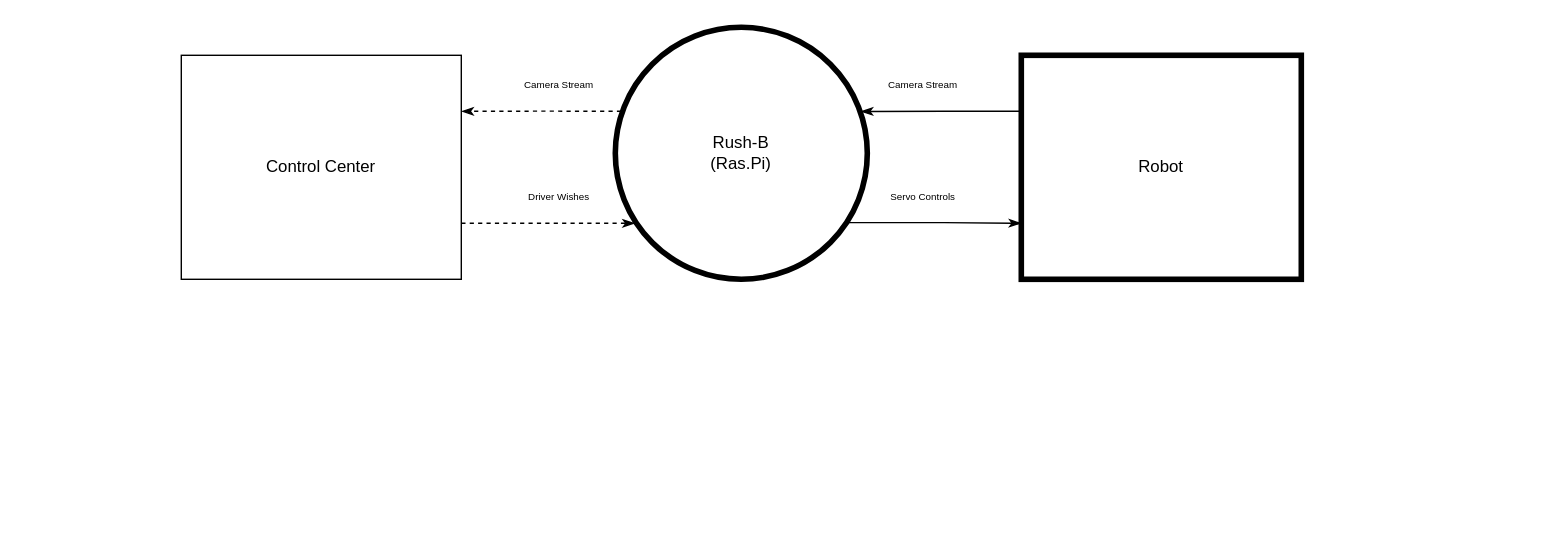
This is page "Context" (1 of 5) of docs/diagrams/Design.drawio from GjergjiSh/Rush-B, a draw.io file, before an edit. Source tidied: cells renumbered, new cells numbered last; positions are measured from the earlier drawing's top-left corner, leaving out a move shared by most shapes. Both pictures are drawn from the tidied source at 140%, with x=0, y=0 at pixel (181, 27).
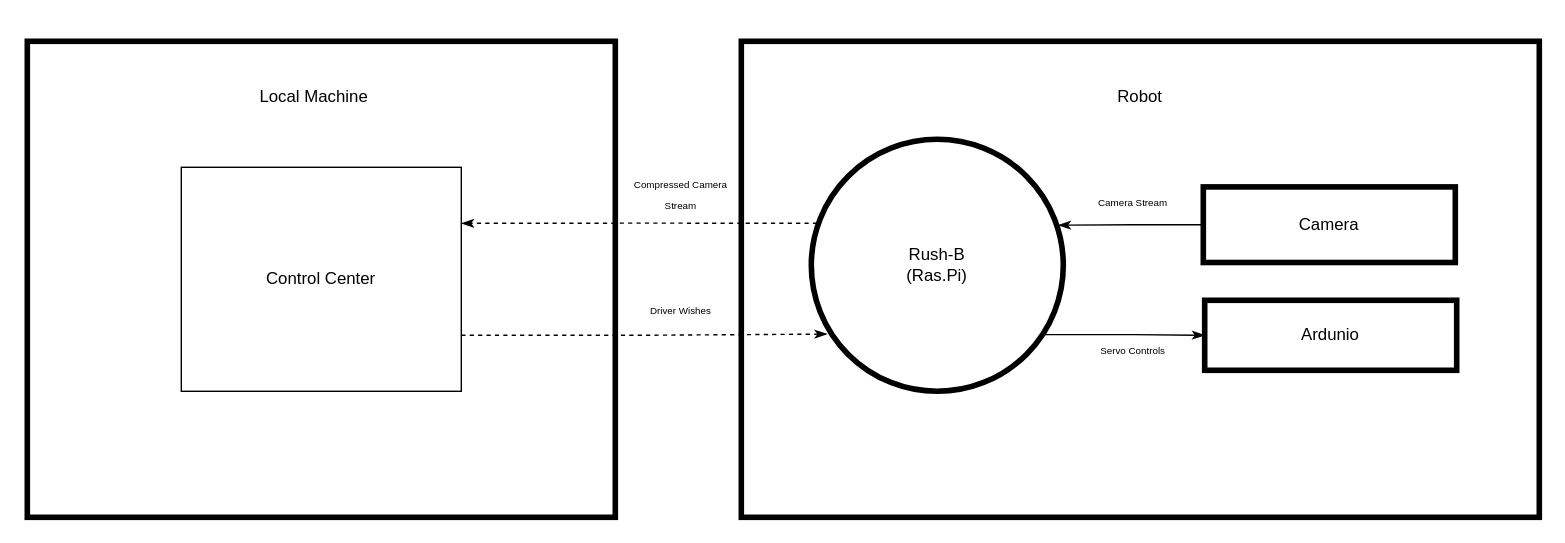
After the change.

Commit message:
Updated context diagram

Diff of the diagram source:
```diff
@@
 <mxGraphModel>
   <root>
     <mxCell id="0" />
     <mxCell id="1" parent="0" />
+    <mxCell id="13" style="rounded=0;whiteSpace=wrap;html=1;strokeWidth=4;" parent="1" vertex="1">
+      <mxGeometry x="400" y="10" width="570" height="340" as="geometry" />
+    </mxCell>
+    <mxCell id="14" style="rounded=0;whiteSpace=wrap;html=1;strokeWidth=4;" parent="1" vertex="1">
+      <mxGeometry x="-110" y="10" width="420" height="340" as="geometry" />
+    </mxCell>
     <mxCell id="2" value="Rush-B&lt;br&gt;(Ras.Pi)" style="ellipse;whiteSpace=wrap;html=1;strokeWidth=4;" parent="1" vertex="1">
-      <mxGeometry x="310" width="180" height="180" as="geometry" />
+      <mxGeometry x="450" y="80" width="180" height="180" as="geometry" />
     </mxCell>
     <mxCell id="3" style="edgeStyle=orthogonalEdgeStyle;rounded=0;jettySize=auto;html=1;exitX=0.023;exitY=0.333;exitDx=0;exitDy=0;entryX=1;entryY=0.25;entryDx=0;entryDy=0;endArrow=classicThin;endFill=1;exitPerimeter=0;dashed=1;" parent="1" edge="1" source="2" target="5">
       <mxGeometry relative="1" as="geometry" />
     </mxCell>
-    <mxCell id="4" style="edgeStyle=orthogonalEdgeStyle;rounded=0;jettySize=auto;html=1;exitX=1;exitY=0.75;exitDx=0;exitDy=0;endArrow=classicThin;endFill=1;dashed=1;" parent="1" edge="1" source="5">
-      <mxGeometry relative="1" as="geometry">
-        <mxPoint x="324" y="140" as="targetPoint" />
-      </mxGeometry>
+    <mxCell id="4" style="edgeStyle=orthogonalEdgeStyle;rounded=0;jettySize=auto;html=1;exitX=1;exitY=0.75;exitDx=0;exitDy=0;endArrow=classicThin;endFill=1;dashed=1;entryX=0.063;entryY=0.773;entryDx=0;entryDy=0;entryPerimeter=0;" parent="1" edge="1" source="5" target="2">
+      <mxGeometry relative="1" as="geometry" />
     </mxCell>
     <mxCell id="5" value="Control Center" style="rounded=0;whiteSpace=wrap;html=1;" parent="1" vertex="1">
-      <mxGeometry y="20" width="200" height="160" as="geometry" />
+      <mxGeometry y="100" width="200" height="160" as="geometry" />
     </mxCell>
-    <mxCell id="6" style="edgeStyle=orthogonalEdgeStyle;rounded=0;jettySize=auto;html=1;exitX=0;exitY=0.25;exitDx=0;exitDy=0;entryX=0.974;entryY=0.334;entryDx=0;entryDy=0;entryPerimeter=0;endArrow=classicThin;endFill=1;" parent="1" edge="1" source="8" target="2">
+    <mxCell id="6" style="edgeStyle=orthogonalEdgeStyle;rounded=0;jettySize=auto;html=1;exitX=0;exitY=0.5;exitDx=0;exitDy=0;entryX=0.98;entryY=0.341;entryDx=0;entryDy=0;entryPerimeter=0;endArrow=classicThin;endFill=1;" parent="1" edge="1" source="15" target="2">
       <mxGeometry relative="1" as="geometry" />
     </mxCell>
-    <mxCell id="7" style="edgeStyle=orthogonalEdgeStyle;rounded=0;jettySize=auto;html=1;exitX=0.919;exitY=0.775;exitDx=0;exitDy=0;entryX=0;entryY=0.75;entryDx=0;entryDy=0;endArrow=classicThin;endFill=1;exitPerimeter=0;" parent="1" edge="1" source="2" target="8">
+    <mxCell id="7" style="edgeStyle=orthogonalEdgeStyle;rounded=0;jettySize=auto;html=1;exitX=0.919;exitY=0.775;exitDx=0;exitDy=0;entryX=0;entryY=0.5;entryDx=0;entryDy=0;endArrow=classicThin;endFill=1;exitPerimeter=0;" parent="1" edge="1" source="2" target="16">
       <mxGeometry relative="1" as="geometry" />
     </mxCell>
-    <mxCell id="8" value="Robot" style="rounded=0;whiteSpace=wrap;html=1;strokeWidth=4;" parent="1" vertex="1">
-      <mxGeometry x="600" y="20" width="200" height="160" as="geometry" />
-    </mxCell>
-    <mxCell id="9" value="&lt;font style=&quot;font-size: 7px&quot;&gt;Camera Stream&lt;/font&gt;" style="text;html=1;strokeColor=none;fillColor=none;align=center;verticalAlign=middle;whiteSpace=wrap;rounded=0;" parent="1" vertex="1">
-      <mxGeometry x="230" y="30" width="80" height="20" as="geometry" />
+    <mxCell id="9" value="&lt;font style=&quot;font-size: 7px&quot;&gt;Compressed Camera Stream&lt;/font&gt;" style="text;html=1;strokeColor=none;fillColor=none;align=center;verticalAlign=middle;whiteSpace=wrap;rounded=0;" parent="1" vertex="1">
+      <mxGeometry x="317" y="108" width="80" height="20" as="geometry" />
     </mxCell>
     <mxCell id="10" value="&lt;font style=&quot;font-size: 7px&quot;&gt;Camera Stream&lt;/font&gt;" style="text;html=1;strokeColor=none;fillColor=none;align=center;verticalAlign=middle;whiteSpace=wrap;rounded=0;" parent="1" vertex="1">
-      <mxGeometry x="490" y="30" width="80" height="20" as="geometry" />
+      <mxGeometry x="640" y="114" width="80" height="20" as="geometry" />
     </mxCell>
     <mxCell id="11" value="&lt;font style=&quot;font-size: 7px&quot;&gt;Driver Wishes&lt;/font&gt;" style="text;html=1;strokeColor=none;fillColor=none;align=center;verticalAlign=middle;whiteSpace=wrap;rounded=0;" parent="1" vertex="1">
-      <mxGeometry x="230" y="110" width="80" height="20" as="geometry" />
+      <mxGeometry x="317" y="191" width="80" height="20" as="geometry" />
     </mxCell>
     <mxCell id="12" value="&lt;font style=&quot;font-size: 7px&quot;&gt;Servo Controls&lt;/font&gt;" style="text;html=1;strokeColor=none;fillColor=none;align=center;verticalAlign=middle;whiteSpace=wrap;rounded=0;" parent="1" vertex="1">
-      <mxGeometry x="490" y="110" width="80" height="20" as="geometry" />
+      <mxGeometry x="640" y="220" width="80" height="20" as="geometry" />
     </mxCell>
+    <mxCell id="15" value="Camera" style="rounded=0;whiteSpace=wrap;html=1;strokeWidth=4;" parent="1" vertex="1">
+      <mxGeometry x="730" y="114" width="180" height="54" as="geometry" />
+    </mxCell>
+    <mxCell id="16" value="Ardunio" style="rounded=0;whiteSpace=wrap;html=1;strokeWidth=4;" parent="1" vertex="1">
+      <mxGeometry x="731" y="195" width="180" height="50" as="geometry" />
+    </mxCell>
+    <mxCell id="17" value="Local Machine" style="text;html=1;strokeColor=none;fillColor=none;align=center;verticalAlign=middle;whiteSpace=wrap;rounded=0;" parent="1" vertex="1">
+      <mxGeometry x="50" y="40" width="90" height="20" as="geometry" />
+    </mxCell>
+    <mxCell id="8" value="Robot" style="text;html=1;strokeColor=none;fillColor=none;align=center;verticalAlign=middle;whiteSpace=wrap;rounded=0;" parent="1" vertex="1">
+      <mxGeometry x="640" y="40" width="90" height="20" as="geometry" />
+    </mxCell>
   </root>
 </mxGraphModel>
```
